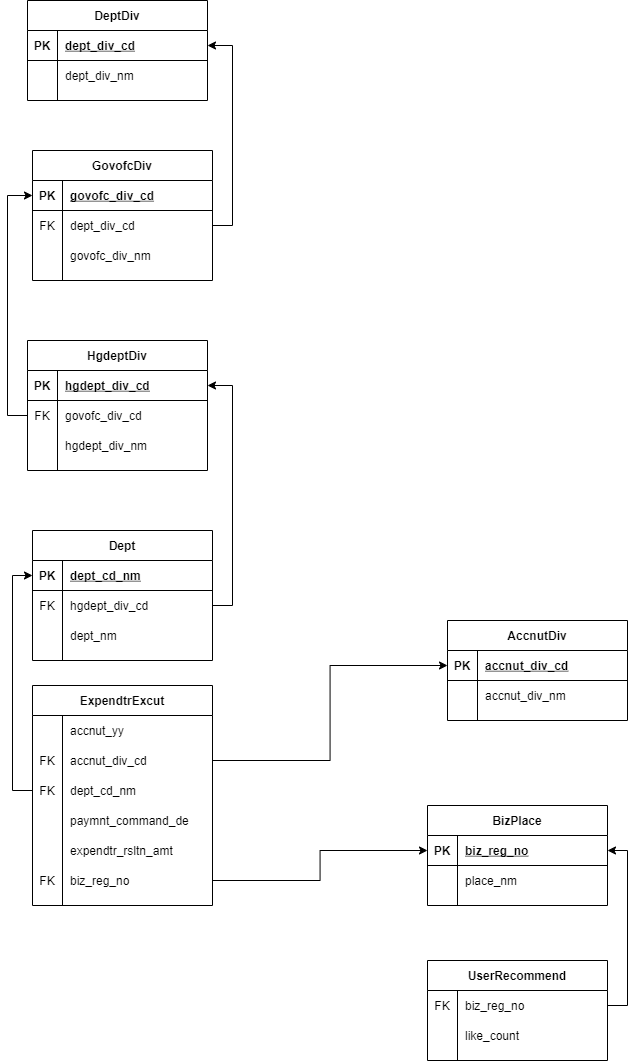
The draw.io diagram document/다이어그램/rel_diagram.png in pengm2ng/AJOU_DATABASE_JMT, before a commit. Source tidied: cells renumbered, new cells last; positions are measured from the earlier drawing's top-left corner, leaving out a move shared by most shapes.
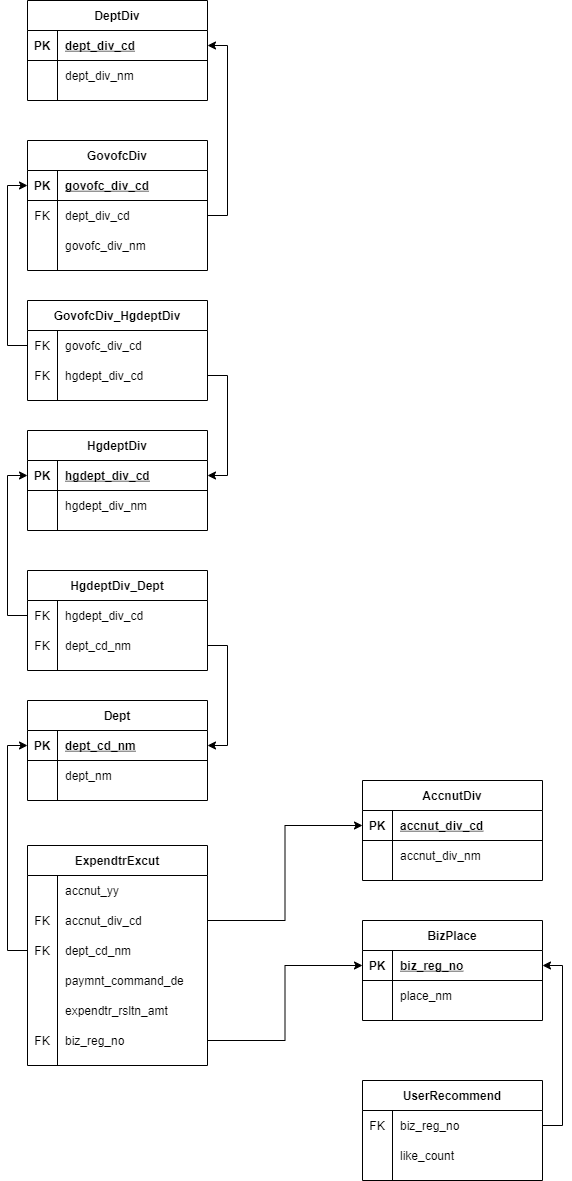
After the commit.

Commit message:
re-upload: relation diagram png file

The edit, as a diff of the source:
```diff
@@ -3,7 +3,7 @@
     <mxCell id="0" />
     <mxCell id="1" parent="0" />
     <mxCell id="2" value="AccnutDiv" style="shape=table;startSize=30;rowLines=0;fontStyle=1;align=center;" parent="1" vertex="1">
-      <mxGeometry x="420" y="620" width="180" height="100" as="geometry" />
+      <mxGeometry x="340" y="620" width="180" height="100" as="geometry" />
     </mxCell>
     <mxCell id="3" style="shape=partialRectangle;fillColor=none;top=0;left=0;bottom=1;right=0;points=[[0,0.5],[1,0.5]];portConstraint=eastwest;" parent="2" vertex="1">
       <mxGeometry y="30" width="180" height="30" as="geometry" />
@@ -84,7 +84,7 @@
       <mxGeometry x="30" width="150" height="30" as="geometry" />
     </mxCell>
     <mxCell id="29" value="BizPlace" style="shape=table;startSize=30;rowLines=0;fontStyle=1;align=center;" parent="1" vertex="1">
-      <mxGeometry x="400" y="805" width="180" height="100" as="geometry" />
+      <mxGeometry x="340" y="760" width="180" height="100" as="geometry" />
     </mxCell>
     <mxCell id="30" style="shape=partialRectangle;fillColor=none;top=0;left=0;bottom=1;right=0;points=[[0,0.5],[1,0.5]];portConstraint=eastwest;" parent="29" vertex="1">
       <mxGeometry y="30" width="180" height="30" as="geometry" />
@@ -105,7 +105,7 @@
       <mxGeometry x="30" width="150" height="30" as="geometry" />
     </mxCell>
     <mxCell id="36" value="UserRecommend" style="shape=table;startSize=30;rowLines=0;fontStyle=1;align=center;" parent="1" vertex="1">
-      <mxGeometry x="400" y="960" width="180" height="100" as="geometry" />
+      <mxGeometry x="340" y="920" width="180" height="100" as="geometry" />
     </mxCell>
     <mxCell id="37" style="shape=partialRectangle;fillColor=none;top=0;left=0;bottom=0;right=0;points=[[0,0.5],[1,0.5]];portConstraint=eastwest;" parent="36" vertex="1">
       <mxGeometry y="30" width="180" height="30" as="geometry" />
@@ -126,7 +126,7 @@
       <mxGeometry x="30" width="150" height="30" as="geometry" />
     </mxCell>
     <mxCell id="43" value="Dept" style="shape=table;startSize=30;rowLines=0;fontStyle=1;align=center;" parent="1" vertex="1">
-      <mxGeometry x="5" y="530" width="180" height="130" as="geometry" />
+      <mxGeometry x="5" y="540" width="180" height="100" as="geometry" />
     </mxCell>
     <mxCell id="44" style="shape=partialRectangle;fillColor=none;top=0;left=0;bottom=1;right=0;points=[[0,0.5],[1,0.5]];portConstraint=eastwest;" parent="43" vertex="1">
       <mxGeometry y="30" width="180" height="30" as="geometry" />
@@ -137,17 +137,8 @@
     <mxCell id="46" value="dept_cd_nm" style="shape=partialRectangle;fillColor=none;top=0;left=0;bottom=0;right=0;align=left;spacingLeft=6;fontStyle=5;overflow=hidden;" parent="44" vertex="1">
       <mxGeometry x="30" width="150" height="30" as="geometry" />
     </mxCell>
-    <mxCell id="47" style="shape=partialRectangle;fillColor=none;top=0;left=0;bottom=0;right=0;points=[[0,0.5],[1,0.5]];portConstraint=eastwest;" parent="43" vertex="1">
-      <mxGeometry y="60" width="180" height="30" as="geometry" />
-    </mxCell>
-    <mxCell id="48" value="FK" style="shape=partialRectangle;fillColor=none;top=0;left=0;bottom=0;right=0;overflow=hidden;" parent="47" vertex="1">
-      <mxGeometry width="30" height="30" as="geometry" />
-    </mxCell>
-    <mxCell id="49" value="hgdept_div_cd" style="shape=partialRectangle;fillColor=none;top=0;left=0;bottom=0;right=0;align=left;spacingLeft=6;overflow=hidden;" parent="47" vertex="1">
-      <mxGeometry x="30" width="150" height="30" as="geometry" />
-    </mxCell>
     <mxCell id="50" style="shape=partialRectangle;fillColor=none;top=0;left=0;bottom=0;right=0;" parent="43" vertex="1">
-      <mxGeometry y="90" width="180" height="30" as="geometry" />
+      <mxGeometry y="60" width="180" height="30" as="geometry" />
     </mxCell>
     <mxCell id="51" style="shape=partialRectangle;fillColor=none;top=0;left=0;bottom=0;right=0;overflow=hidden;" parent="50" vertex="1">
       <mxGeometry width="30" height="30" as="geometry" />
@@ -156,7 +147,7 @@
       <mxGeometry x="30" width="150" height="30" as="geometry" />
     </mxCell>
     <mxCell id="53" value="HgdeptDiv" style="shape=table;startSize=30;rowLines=0;fontStyle=1;align=center;" parent="1" vertex="1">
-      <mxGeometry y="340" width="180" height="130" as="geometry" />
+      <mxGeometry x="5" y="270" width="180" height="100" as="geometry" />
     </mxCell>
     <mxCell id="54" style="shape=partialRectangle;fillColor=none;top=0;left=0;bottom=1;right=0;points=[[0,0.5],[1,0.5]];portConstraint=eastwest;" parent="53" vertex="1">
       <mxGeometry y="30" width="180" height="30" as="geometry" />
@@ -167,17 +158,8 @@
     <mxCell id="56" value="hgdept_div_cd" style="shape=partialRectangle;fillColor=none;top=0;left=0;bottom=0;right=0;align=left;spacingLeft=6;fontStyle=5;overflow=hidden;" parent="54" vertex="1">
       <mxGeometry x="30" width="150" height="30" as="geometry" />
     </mxCell>
-    <mxCell id="57" style="shape=partialRectangle;fillColor=none;top=0;left=0;bottom=0;right=0;points=[[0,0.5],[1,0.5]];portConstraint=eastwest;" parent="53" vertex="1">
-      <mxGeometry y="60" width="180" height="30" as="geometry" />
-    </mxCell>
-    <mxCell id="58" value="FK" style="shape=partialRectangle;fillColor=none;top=0;left=0;bottom=0;right=0;overflow=hidden;" parent="57" vertex="1">
-      <mxGeometry width="30" height="30" as="geometry" />
-    </mxCell>
-    <mxCell id="59" value="govofc_div_cd" style="shape=partialRectangle;fillColor=none;top=0;left=0;bottom=0;right=0;align=left;spacingLeft=6;overflow=hidden;" parent="57" vertex="1">
-      <mxGeometry x="30" width="150" height="30" as="geometry" />
-    </mxCell>
     <mxCell id="60" style="shape=partialRectangle;fillColor=none;top=0;left=0;bottom=0;right=0;" parent="53" vertex="1">
-      <mxGeometry y="90" width="180" height="30" as="geometry" />
+      <mxGeometry y="60" width="180" height="30" as="geometry" />
     </mxCell>
     <mxCell id="61" style="shape=partialRectangle;fillColor=none;top=0;left=0;bottom=0;right=0;overflow=hidden;" parent="60" vertex="1">
       <mxGeometry width="30" height="30" as="geometry" />
@@ -186,7 +168,7 @@
       <mxGeometry x="30" width="150" height="30" as="geometry" />
     </mxCell>
     <mxCell id="63" value="GovofcDiv" style="shape=table;startSize=30;rowLines=0;fontStyle=1;align=center;" parent="1" vertex="1">
-      <mxGeometry x="5" y="150" width="180" height="130" as="geometry" />
+      <mxGeometry x="5" y="-20" width="180" height="130" as="geometry" />
     </mxCell>
     <mxCell id="64" style="shape=partialRectangle;fillColor=none;top=0;left=0;bottom=1;right=0;points=[[0,0.5],[1,0.5]];portConstraint=eastwest;" parent="63" vertex="1">
       <mxGeometry y="30" width="180" height="30" as="geometry" />
@@ -197,13 +179,13 @@
     <mxCell id="66" value="govofc_div_cd" style="shape=partialRectangle;fillColor=none;top=0;left=0;bottom=0;right=0;align=left;spacingLeft=6;fontStyle=5;overflow=hidden;" parent="64" vertex="1">
       <mxGeometry x="30" width="150" height="30" as="geometry" />
     </mxCell>
-    <mxCell id="67" style="shape=partialRectangle;fillColor=none;top=0;left=0;bottom=0;right=0;points=[[0,0.5],[1,0.5]];portConstraint=eastwest;" parent="63" vertex="1">
-      <mxGeometry y="60" width="180" height="30" as="geometry" />
-    </mxCell>
-    <mxCell id="68" value="FK" style="shape=partialRectangle;fillColor=none;top=0;left=0;bottom=0;right=0;overflow=hidden;" parent="67" vertex="1">
-      <mxGeometry width="30" height="30" as="geometry" />
-    </mxCell>
+    <mxCell id="86" style="shape=partialRectangle;fillColor=none;top=0;left=0;bottom=0;right=0;points=[[0,0.5],[1,0.5]];portConstraint=eastwest;" parent="63" vertex="1">
+      <mxGeometry y="60" width="180" height="30" as="geometry" />
+    </mxCell>
+    <mxCell id="87" value="FK" style="shape=partialRectangle;fillColor=none;top=0;left=0;bottom=0;right=0;fontStyle=0;overflow=hidden;" parent="86" vertex="1">
+      <mxGeometry width="30" height="30" as="geometry" />
+    </mxCell>
-    <mxCell id="69" value="dept_div_cd" style="shape=partialRectangle;fillColor=none;top=0;left=0;bottom=0;right=0;align=left;spacingLeft=6;overflow=hidden;" parent="67" vertex="1">
+    <mxCell id="69" value="dept_div_cd" style="shape=partialRectangle;fillColor=none;top=0;left=0;bottom=0;right=0;align=left;spacingLeft=6;fontStyle=0;overflow=hidden;" parent="86" vertex="1">
       <mxGeometry x="30" width="150" height="30" as="geometry" />
     </mxCell>
     <mxCell id="70" style="shape=partialRectangle;fillColor=none;top=0;left=0;bottom=0;right=0;" parent="63" vertex="1">
@@ -216,7 +198,7 @@
       <mxGeometry x="30" width="150" height="30" as="geometry" />
     </mxCell>
     <mxCell id="73" value="DeptDiv" style="shape=table;startSize=30;rowLines=0;fontStyle=1;align=center;" parent="1" vertex="1">
-      <mxGeometry width="180" height="100" as="geometry" />
+      <mxGeometry x="5" y="-160" width="180" height="100" as="geometry" />
     </mxCell>
     <mxCell id="74" style="shape=partialRectangle;fillColor=none;top=0;left=0;bottom=1;right=0;points=[[0,0.5],[1,0.5]];portConstraint=eastwest;" parent="73" vertex="1">
       <mxGeometry y="30" width="180" height="30" as="geometry" />
@@ -239,20 +221,68 @@
     <mxCell id="80" style="edgeStyle=orthogonalEdgeStyle;rounded=0;jettySize=auto;html=1;entryX=0;entryY=0.5;entryDx=0;entryDy=0;" parent="1" edge="1" source="17" target="44">
       <mxGeometry relative="1" as="geometry" />
     </mxCell>
-    <mxCell id="81" style="edgeStyle=orthogonalEdgeStyle;rounded=0;jettySize=auto;html=1;exitX=1;exitY=0.5;exitDx=0;exitDy=0;" parent="1" edge="1" source="47" target="54">
-      <mxGeometry relative="1" as="geometry" />
-    </mxCell>
-    <mxCell id="82" style="edgeStyle=orthogonalEdgeStyle;rounded=0;jettySize=auto;html=1;exitX=0;exitY=0.5;exitDx=0;exitDy=0;entryX=0;entryY=0.5;entryDx=0;entryDy=0;" parent="1" edge="1" source="57" target="64">
-      <mxGeometry relative="1" as="geometry" />
-    </mxCell>
-    <mxCell id="83" style="edgeStyle=orthogonalEdgeStyle;rounded=0;jettySize=auto;html=1;exitX=1;exitY=0.5;exitDx=0;exitDy=0;" parent="1" edge="1" source="67" target="74">
-      <mxGeometry relative="1" as="geometry" />
-    </mxCell>
     <mxCell id="84" style="edgeStyle=orthogonalEdgeStyle;rounded=0;jettySize=auto;html=1;exitX=1;exitY=0.5;exitDx=0;exitDy=0;" parent="1" edge="1" source="26" target="30">
       <mxGeometry relative="1" as="geometry" />
     </mxCell>
     <mxCell id="85" style="edgeStyle=orthogonalEdgeStyle;rounded=0;jettySize=auto;html=1;exitX=1;exitY=0.5;exitDx=0;exitDy=0;" parent="1" edge="1" source="37" target="30">
       <mxGeometry relative="1" as="geometry" />
     </mxCell>
+    <mxCell id="88" value="HgdeptDiv_Dept" style="shape=table;startSize=30;rowLines=0;fontStyle=1;align=center;" parent="1" vertex="1">
+      <mxGeometry x="5" y="410" width="180" height="100" as="geometry" />
+    </mxCell>
+    <mxCell id="89" style="shape=partialRectangle;fillColor=none;top=0;left=0;bottom=0;right=0;points=[[0,0.5],[1,0.5]];portConstraint=eastwest;" parent="88" vertex="1">
+      <mxGeometry y="30" width="180" height="30" as="geometry" />
+    </mxCell>
+    <mxCell id="90" value="FK" style="shape=partialRectangle;fillColor=none;top=0;left=0;bottom=0;right=0;overflow=hidden;" parent="89" vertex="1">
+      <mxGeometry width="30" height="30" as="geometry" />
+    </mxCell>
+    <mxCell id="91" value="hgdept_div_cd" style="shape=partialRectangle;fillColor=none;top=0;left=0;bottom=0;right=0;align=left;spacingLeft=6;overflow=hidden;" parent="89" vertex="1">
+      <mxGeometry x="30" width="150" height="30" as="geometry" />
+    </mxCell>
+    <mxCell id="92" style="shape=partialRectangle;fillColor=none;top=0;left=0;bottom=0;right=0;points=[[0,0.5],[1,0.5]];portConstraint=eastwest;" parent="88" vertex="1">
+      <mxGeometry y="60" width="180" height="30" as="geometry" />
+    </mxCell>
+    <mxCell id="93" value="FK" style="shape=partialRectangle;fillColor=none;top=0;left=0;bottom=0;right=0;overflow=hidden;" parent="92" vertex="1">
+      <mxGeometry width="30" height="30" as="geometry" />
+    </mxCell>
+    <mxCell id="94" value="dept_cd_nm" style="shape=partialRectangle;fillColor=none;top=0;left=0;bottom=0;right=0;align=left;spacingLeft=6;overflow=hidden;" parent="92" vertex="1">
+      <mxGeometry x="30" width="150" height="30" as="geometry" />
+    </mxCell>
+    <mxCell id="95" value="GovofcDiv_HgdeptDiv" style="shape=table;startSize=30;rowLines=0;fontStyle=1;align=center;" parent="1" vertex="1">
+      <mxGeometry x="5" y="140" width="180" height="100" as="geometry" />
+    </mxCell>
+    <mxCell id="96" style="shape=partialRectangle;fillColor=none;top=0;left=0;bottom=0;right=0;points=[[0,0.5],[1,0.5]];portConstraint=eastwest;" parent="95" vertex="1">
+      <mxGeometry y="30" width="180" height="30" as="geometry" />
+    </mxCell>
+    <mxCell id="97" value="FK" style="shape=partialRectangle;fillColor=none;top=0;left=0;bottom=0;right=0;overflow=hidden;" parent="96" vertex="1">
+      <mxGeometry width="30" height="30" as="geometry" />
+    </mxCell>
+    <mxCell id="59" value="govofc_div_cd" style="shape=partialRectangle;fillColor=none;top=0;left=0;bottom=0;right=0;align=left;spacingLeft=6;overflow=hidden;" parent="96" vertex="1">
+      <mxGeometry x="30" width="150" height="30" as="geometry" />
+    </mxCell>
+    <mxCell id="98" style="shape=partialRectangle;fillColor=none;top=0;left=0;bottom=0;right=0;points=[[0,0.5],[1,0.5]];portConstraint=eastwest;" parent="95" vertex="1">
+      <mxGeometry y="60" width="180" height="30" as="geometry" />
+    </mxCell>
+    <mxCell id="99" value="FK" style="shape=partialRectangle;fillColor=none;top=0;left=0;bottom=0;right=0;overflow=hidden;" parent="98" vertex="1">
+      <mxGeometry width="30" height="30" as="geometry" />
+    </mxCell>
+    <mxCell id="100" value="hgdept_div_cd" style="shape=partialRectangle;fillColor=none;top=0;left=0;bottom=0;right=0;align=left;spacingLeft=6;overflow=hidden;" parent="98" vertex="1">
+      <mxGeometry x="30" width="150" height="30" as="geometry" />
+    </mxCell>
+    <mxCell id="101" style="edgeStyle=orthogonalEdgeStyle;rounded=0;jettySize=auto;html=1;exitX=1;exitY=0.5;exitDx=0;exitDy=0;" parent="1" edge="1" source="98" target="54">
+      <mxGeometry relative="1" as="geometry" />
+    </mxCell>
+    <mxCell id="102" style="edgeStyle=orthogonalEdgeStyle;rounded=0;jettySize=auto;html=1;exitX=1;exitY=0.5;exitDx=0;exitDy=0;" parent="1" edge="1" source="92" target="44">
+      <mxGeometry relative="1" as="geometry" />
+    </mxCell>
+    <mxCell id="103" style="edgeStyle=orthogonalEdgeStyle;rounded=0;jettySize=auto;html=1;exitX=0;exitY=0.5;exitDx=0;exitDy=0;entryX=0;entryY=0.5;entryDx=0;entryDy=0;" parent="1" edge="1" source="89" target="54">
+      <mxGeometry relative="1" as="geometry" />
+    </mxCell>
+    <mxCell id="104" style="edgeStyle=orthogonalEdgeStyle;rounded=0;jettySize=auto;html=1;exitX=0;exitY=0.5;exitDx=0;exitDy=0;entryX=0;entryY=0.5;entryDx=0;entryDy=0;" parent="1" edge="1" source="96" target="64">
+      <mxGeometry relative="1" as="geometry" />
+    </mxCell>
+    <mxCell id="105" style="edgeStyle=orthogonalEdgeStyle;rounded=0;jettySize=auto;html=1;exitX=1;exitY=0.5;exitDx=0;exitDy=0;" parent="1" edge="1" source="86" target="74">
+      <mxGeometry relative="1" as="geometry" />
+    </mxCell>
   </root>
 </mxGraphModel>
```
